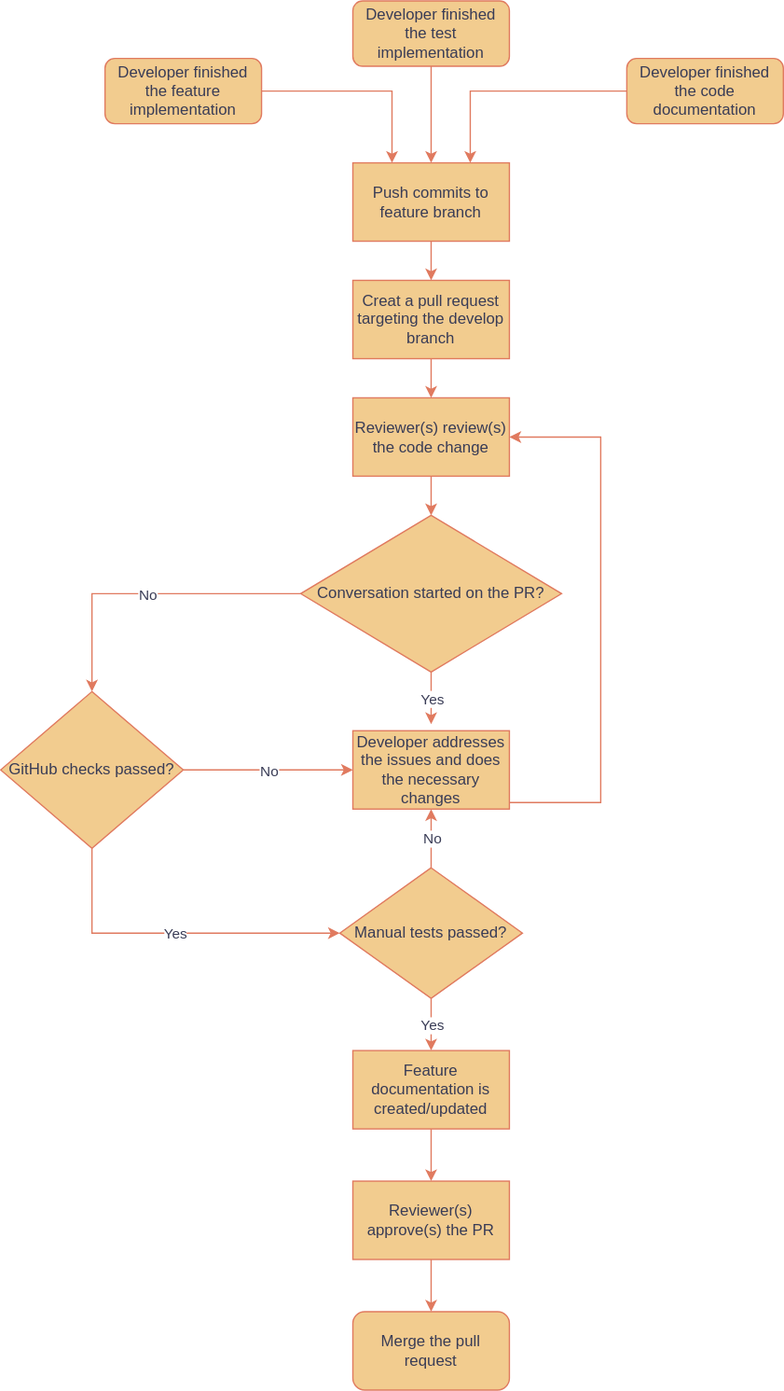
Conilzze0/CodeMetropolis keeps this draw.io diagram as docs/merge_to_develop.svg. Above is the earlier version. Source tidied: cells renumbered, new cells last; positions are measured from the earlier drawing's top-left corner, leaving out a move shared by most shapes.
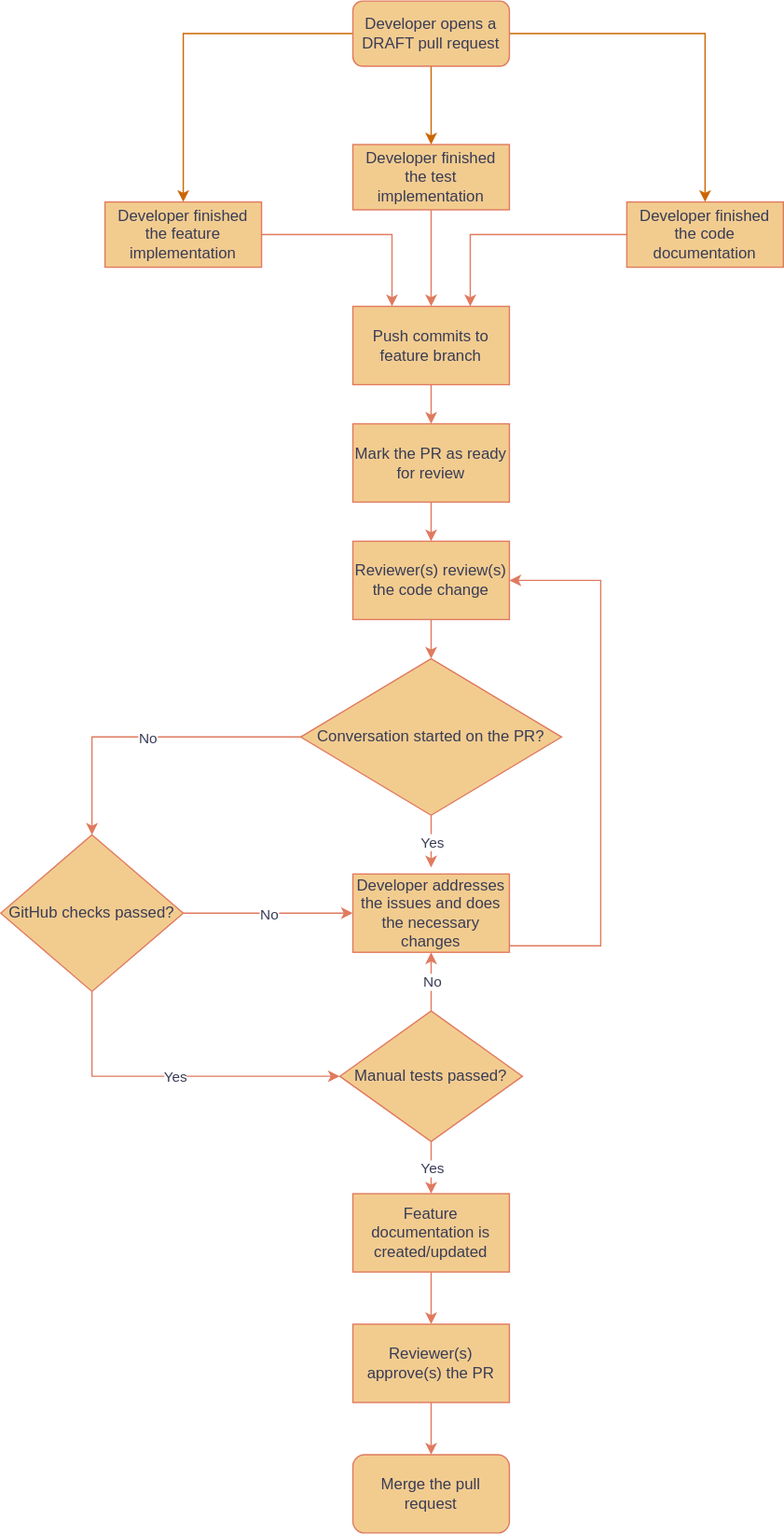
After the change.

Commit message:
add draft PR creation to process

Change to the diagram source:
```diff
@@ -5,7 +5,7 @@
     <mxCell id="2" style="edgeStyle=orthogonalEdgeStyle;rounded=0;jettySize=auto;html=1;entryX=0.25;entryY=0;entryDx=0;entryDy=0;labelBackgroundColor=none;strokeColor=#E07A5F;fontColor=default;" parent="1" edge="1" source="3" target="5">
       <mxGeometry relative="1" as="geometry" />
     </mxCell>
-    <mxCell id="3" value="Developer finished the feature implementation" style="rounded=1;whiteSpace=wrap;html=1;fontSize=12;glass=0;strokeWidth=1;shadow=0;labelBackgroundColor=none;fillColor=#F2CC8F;strokeColor=#E07A5F;fontColor=#393C56;" parent="1" vertex="1">
+    <mxCell id="3" value="Developer finished the feature implementation" style="rounded=0;whiteSpace=wrap;html=1;fontSize=12;glass=0;strokeWidth=1;shadow=0;labelBackgroundColor=none;fillColor=#F2CC8F;strokeColor=#E07A5F;fontColor=#393C56;" parent="1" vertex="1">
       <mxGeometry x="80" y="44" width="120" height="50" as="geometry" />
     </mxCell>
     <mxCell id="4" style="edgeStyle=orthogonalEdgeStyle;rounded=0;jettySize=auto;html=1;entryX=0.5;entryY=0;entryDx=0;entryDy=0;labelBackgroundColor=none;strokeColor=#E07A5F;fontColor=default;" parent="1" edge="1" source="5" target="7">
@@ -17,19 +17,19 @@
     <mxCell id="6" style="edgeStyle=orthogonalEdgeStyle;rounded=0;jettySize=auto;html=1;entryX=0.5;entryY=0;entryDx=0;entryDy=0;labelBackgroundColor=none;strokeColor=#E07A5F;fontColor=default;" parent="1" edge="1" source="7" target="13">
       <mxGeometry relative="1" as="geometry" />
     </mxCell>
-    <mxCell id="7" value="Creat a pull request targeting the develop branch" style="rounded=0;whiteSpace=wrap;html=1;labelBackgroundColor=none;fillColor=#F2CC8F;strokeColor=#E07A5F;fontColor=#393C56;" parent="1" vertex="1">
+    <mxCell id="7" value="Mark the PR as ready for review" style="rounded=0;whiteSpace=wrap;html=1;labelBackgroundColor=none;fillColor=#F2CC8F;strokeColor=#E07A5F;fontColor=#393C56;" parent="1" vertex="1">
       <mxGeometry x="270" y="214" width="120" height="60" as="geometry" />
     </mxCell>
     <mxCell id="8" style="edgeStyle=orthogonalEdgeStyle;rounded=0;jettySize=auto;html=1;entryX=0.5;entryY=0;entryDx=0;entryDy=0;labelBackgroundColor=none;strokeColor=#E07A5F;fontColor=default;" parent="1" edge="1" source="9" target="5">
       <mxGeometry relative="1" as="geometry" />
     </mxCell>
-    <mxCell id="9" value="Developer finished the test implementation" style="rounded=1;whiteSpace=wrap;html=1;labelBackgroundColor=none;fillColor=#F2CC8F;strokeColor=#E07A5F;fontColor=#393C56;" parent="1" vertex="1">
+    <mxCell id="9" value="Developer finished the test implementation" style="rounded=0;whiteSpace=wrap;html=1;labelBackgroundColor=none;fillColor=#F2CC8F;strokeColor=#E07A5F;fontColor=#393C56;" parent="1" vertex="1">
       <mxGeometry x="270" width="120" height="50" as="geometry" />
     </mxCell>
     <mxCell id="10" style="edgeStyle=orthogonalEdgeStyle;rounded=0;jettySize=auto;html=1;entryX=0.75;entryY=0;entryDx=0;entryDy=0;labelBackgroundColor=none;strokeColor=#E07A5F;fontColor=default;" parent="1" edge="1" source="11" target="5">
       <mxGeometry relative="1" as="geometry" />
     </mxCell>
-    <mxCell id="11" value="Developer finished the code documentation" style="rounded=1;whiteSpace=wrap;html=1;labelBackgroundColor=none;fillColor=#F2CC8F;strokeColor=#E07A5F;fontColor=#393C56;" parent="1" vertex="1">
+    <mxCell id="11" value="Developer finished the code documentation" style="rounded=0;whiteSpace=wrap;html=1;labelBackgroundColor=none;fillColor=#F2CC8F;strokeColor=#E07A5F;fontColor=#393C56;" parent="1" vertex="1">
       <mxGeometry x="480" y="44" width="120" height="50" as="geometry" />
     </mxCell>
     <mxCell id="12" style="edgeStyle=orthogonalEdgeStyle;rounded=0;jettySize=auto;html=1;entryX=0.5;entryY=0;entryDx=0;entryDy=0;labelBackgroundColor=none;strokeColor=#E07A5F;fontColor=default;" parent="1" edge="1" source="13" target="14">
@@ -119,5 +119,17 @@
     <mxCell id="35" value="Yes" style="edgeLabel;html=1;align=center;verticalAlign=middle;strokeColor=#E07A5F;fontColor=#393C56;fillColor=#F2CC8F;" parent="34" vertex="1">
       <mxGeometry relative="1" as="geometry" />
     </mxCell>
+    <mxCell id="36" style="edgeStyle=orthogonalEdgeStyle;rounded=0;jettySize=auto;html=1;entryX=0.5;entryY=0;entryDx=0;entryDy=0;strokeColor=#CC6600;" parent="1" edge="1" source="39" target="3">
+      <mxGeometry relative="1" as="geometry" />
+    </mxCell>
+    <mxCell id="37" style="edgeStyle=orthogonalEdgeStyle;rounded=0;jettySize=auto;html=1;entryX=0.5;entryY=0;entryDx=0;entryDy=0;fillColor=#ffe6cc;strokeColor=#CC6600;" parent="1" edge="1" source="39" target="11">
+      <mxGeometry relative="1" as="geometry" />
+    </mxCell>
+    <mxCell id="38" style="edgeStyle=orthogonalEdgeStyle;rounded=0;jettySize=auto;html=1;entryX=0.5;entryY=0;entryDx=0;entryDy=0;strokeColor=#CC6600;" parent="1" edge="1" source="39" target="9">
+      <mxGeometry relative="1" as="geometry" />
+    </mxCell>
+    <mxCell id="39" value="Developer opens a DRAFT pull request" style="rounded=1;whiteSpace=wrap;html=1;labelBackgroundColor=none;fillColor=#F2CC8F;strokeColor=#E07A5F;fontColor=#393C56;" parent="1" vertex="1">
+      <mxGeometry x="270" y="-110" width="120" height="50" as="geometry" />
+    </mxCell>
   </root>
 </mxGraphModel>
```
